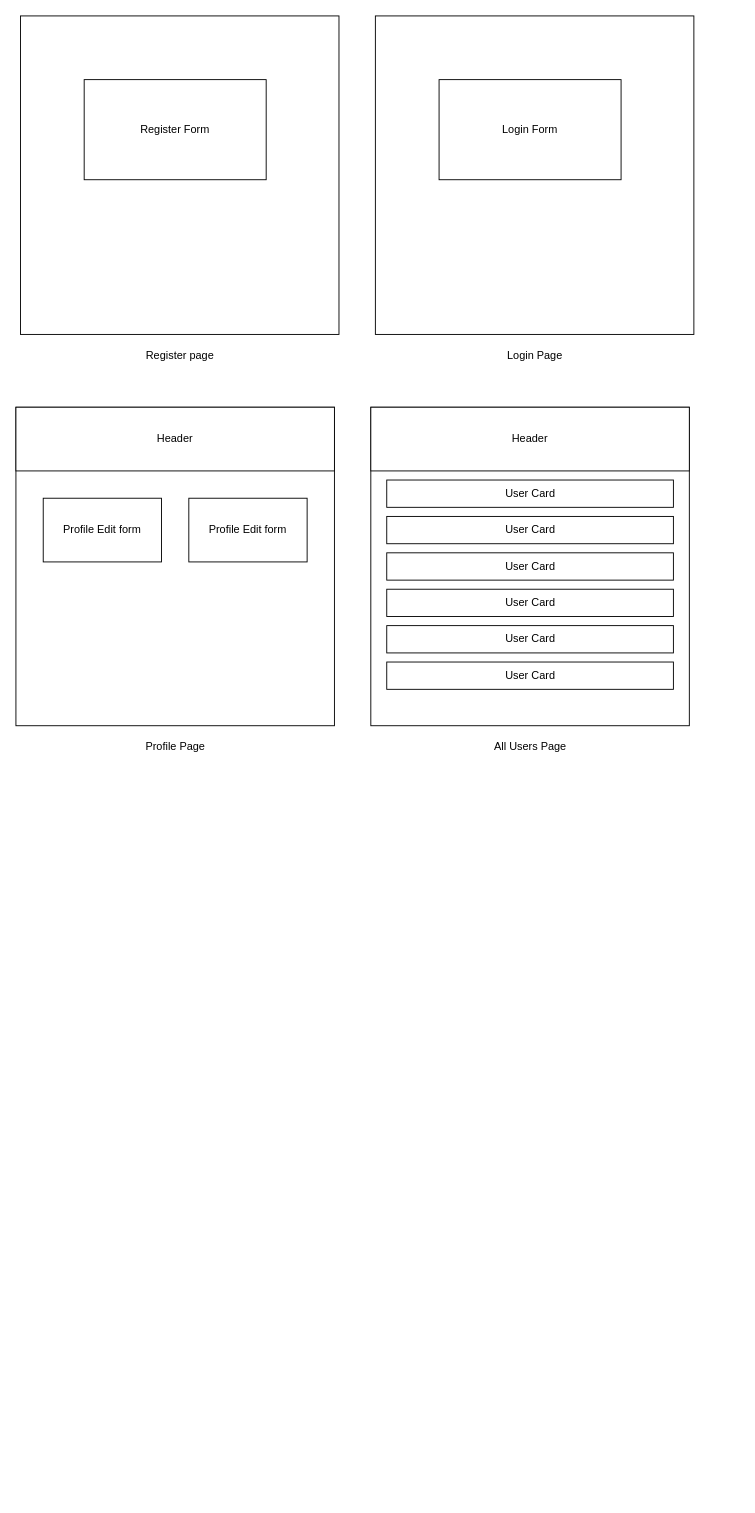
The draw.io diagram Untitled Diagram.drawio in HierComsDatBoi/Galutinis-Atsiskaitymas, before the edit. Source tidied: cells renumbered, new cells numbered last; positions are measured from the earlier drawing's top-left corner, leaving out a move shared by most shapes. Both pictures are drawn from the tidied source at 91%, with x=0, y=0 at pixel (15, 15).
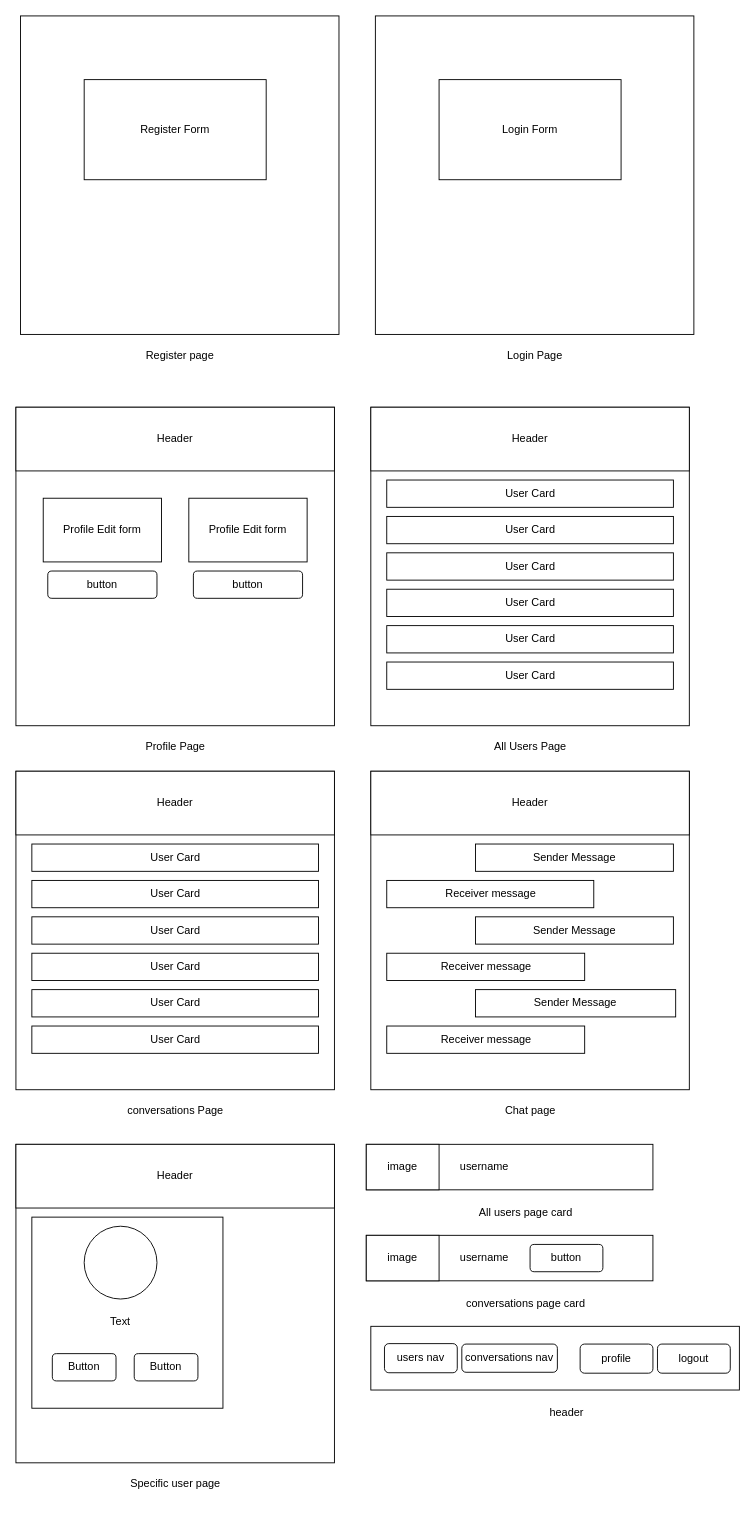
Above is the later version.

What changed in the source:
```diff
@@
+    <mxCell id="22" style="whiteSpace=wrap;html=1;" parent="1" vertex="1">
+      <mxGeometry y="830" width="350" height="350" as="geometry" />
+    </mxCell>
+    <mxCell id="23" value="User Card" style="rounded=0;whiteSpace=wrap;html=1;" parent="1" vertex="1">
+      <mxGeometry x="17.5" y="910" width="315" height="30" as="geometry" />
+    </mxCell>
+    <mxCell id="24" value="Header" style="rounded=0;whiteSpace=wrap;html=1;" parent="1" vertex="1">
+      <mxGeometry y="830" width="350" height="70" as="geometry" />
+    </mxCell>
+    <mxCell id="25" value="conversations Page" style="text;html=1;align=center;verticalAlign=middle;strokeColor=none;fillColor=none;" parent="1" vertex="1">
+      <mxGeometry x="110" y="1188" width="130" height="30" as="geometry" />
+    </mxCell>
+    <mxCell id="26" value="User Card" style="rounded=0;whiteSpace=wrap;html=1;" parent="1" vertex="1">
+      <mxGeometry x="17.5" y="950" width="315" height="30" as="geometry" />
+    </mxCell>
+    <mxCell id="27" value="User Card" style="rounded=0;whiteSpace=wrap;html=1;" parent="1" vertex="1">
+      <mxGeometry x="17.5" y="990" width="315" height="30" as="geometry" />
+    </mxCell>
+    <mxCell id="28" value="User Card" style="rounded=0;whiteSpace=wrap;html=1;" parent="1" vertex="1">
+      <mxGeometry x="17.5" y="1030" width="315" height="30" as="geometry" />
+    </mxCell>
+    <mxCell id="29" value="User Card" style="rounded=0;whiteSpace=wrap;html=1;" parent="1" vertex="1">
+      <mxGeometry x="17.5" y="1070" width="315" height="30" as="geometry" />
+    </mxCell>
+    <mxCell id="30" value="User Card" style="rounded=0;whiteSpace=wrap;html=1;" parent="1" vertex="1">
+      <mxGeometry x="17.5" y="1110" width="315" height="30" as="geometry" />
+    </mxCell>
+    <mxCell id="31" style="whiteSpace=wrap;html=1;" parent="1" vertex="1">
+      <mxGeometry x="390" y="830" width="350" height="350" as="geometry" />
+    </mxCell>
+    <mxCell id="32" value="Sender Message" style="rounded=0;whiteSpace=wrap;html=1;" parent="1" vertex="1">
+      <mxGeometry x="505" y="910" width="217.5" height="30" as="geometry" />
+    </mxCell>
+    <mxCell id="33" value="Header" style="rounded=0;whiteSpace=wrap;html=1;" parent="1" vertex="1">
+      <mxGeometry x="390" y="830" width="350" height="70" as="geometry" />
+    </mxCell>
+    <mxCell id="34" value="Chat page" style="text;html=1;align=center;verticalAlign=middle;strokeColor=none;fillColor=none;" parent="1" vertex="1">
+      <mxGeometry x="525" y="1188" width="80" height="30" as="geometry" />
+    </mxCell>
+    <mxCell id="35" value="Receiver message" style="rounded=0;whiteSpace=wrap;html=1;" parent="1" vertex="1">
+      <mxGeometry x="407.5" y="950" width="227.5" height="30" as="geometry" />
+    </mxCell>
+    <mxCell id="36" value="Sender Message" style="rounded=0;whiteSpace=wrap;html=1;" parent="1" vertex="1">
+      <mxGeometry x="505" y="990" width="217.5" height="30" as="geometry" />
+    </mxCell>
+    <mxCell id="37" value="Sender Message" style="rounded=0;whiteSpace=wrap;html=1;" parent="1" vertex="1">
+      <mxGeometry x="505" y="1070" width="220" height="30" as="geometry" />
+    </mxCell>
+    <mxCell id="38" value="Receiver message" style="rounded=0;whiteSpace=wrap;html=1;" parent="1" vertex="1">
+      <mxGeometry x="407.5" y="1030" width="217.5" height="30" as="geometry" />
+    </mxCell>
+    <mxCell id="39" value="Receiver message" style="rounded=0;whiteSpace=wrap;html=1;" parent="1" vertex="1">
+      <mxGeometry x="407.5" y="1110" width="217.5" height="30" as="geometry" />
+    </mxCell>
+    <mxCell id="40" style="whiteSpace=wrap;html=1;" parent="1" vertex="1">
+      <mxGeometry y="1240" width="350" height="350" as="geometry" />
+    </mxCell>
+    <mxCell id="41" style="rounded=0;whiteSpace=wrap;html=1;" parent="1" vertex="1">
+      <mxGeometry x="17.5" y="1320" width="210" height="210" as="geometry" />
+    </mxCell>
+    <mxCell id="42" value="Header" style="rounded=0;whiteSpace=wrap;html=1;" parent="1" vertex="1">
+      <mxGeometry y="1240" width="350" height="70" as="geometry" />
+    </mxCell>
+    <mxCell id="43" value="Specific user page" style="text;html=1;align=center;verticalAlign=middle;strokeColor=none;fillColor=none;" parent="1" vertex="1">
+      <mxGeometry x="115" y="1598" width="120" height="30" as="geometry" />
+    </mxCell>
+    <mxCell id="44" value="Button" style="rounded=1;whiteSpace=wrap;html=1;" parent="1" vertex="1">
+      <mxGeometry x="40" y="1470" width="70" height="30" as="geometry" />
+    </mxCell>
+    <mxCell id="45" value="Button" style="rounded=1;whiteSpace=wrap;html=1;" parent="1" vertex="1">
+      <mxGeometry x="130" y="1470" width="70" height="30" as="geometry" />
+    </mxCell>
+    <mxCell id="46" style="ellipse;whiteSpace=wrap;html=1;" parent="1" vertex="1">
+      <mxGeometry x="75" y="1330" width="80" height="80" as="geometry" />
+    </mxCell>
+    <mxCell id="47" value="Text" style="text;html=1;align=center;verticalAlign=middle;whiteSpace=wrap;rounded=0;" parent="1" vertex="1">
+      <mxGeometry x="85" y="1420" width="60" height="30" as="geometry" />
+    </mxCell>
+    <mxCell id="48" style="rounded=0;whiteSpace=wrap;html=1;" parent="1" vertex="1">
+      <mxGeometry x="385" y="1240" width="315" height="50" as="geometry" />
+    </mxCell>
+    <mxCell id="49" value="image" style="rounded=0;whiteSpace=wrap;html=1;" parent="1" vertex="1">
+      <mxGeometry x="385" y="1240" width="80" height="50" as="geometry" />
+    </mxCell>
+    <mxCell id="50" value="username" style="text;html=1;align=center;verticalAlign=middle;whiteSpace=wrap;rounded=0;" parent="1" vertex="1">
+      <mxGeometry x="485" y="1250" width="60" height="30" as="geometry" />
+    </mxCell>
+    <mxCell id="51" value="All users page card" style="text;html=1;align=center;verticalAlign=middle;strokeColor=none;fillColor=none;" parent="1" vertex="1">
+      <mxGeometry x="495" y="1300" width="130" height="30" as="geometry" />
+    </mxCell>
+    <mxCell id="52" style="rounded=0;whiteSpace=wrap;html=1;" parent="1" vertex="1">
+      <mxGeometry x="385" y="1340" width="315" height="50" as="geometry" />
+    </mxCell>
+    <mxCell id="53" value="image" style="rounded=0;whiteSpace=wrap;html=1;" parent="1" vertex="1">
+      <mxGeometry x="385" y="1340" width="80" height="50" as="geometry" />
+    </mxCell>
+    <mxCell id="54" value="username" style="text;html=1;align=center;verticalAlign=middle;whiteSpace=wrap;rounded=0;" parent="1" vertex="1">
+      <mxGeometry x="485" y="1350" width="60" height="30" as="geometry" />
+    </mxCell>
+    <mxCell id="55" value="conversations page card" style="text;html=1;align=center;verticalAlign=middle;strokeColor=none;fillColor=none;" parent="1" vertex="1">
+      <mxGeometry x="485" y="1400" width="150" height="30" as="geometry" />
+    </mxCell>
+    <mxCell id="56" value="button" style="rounded=1;whiteSpace=wrap;html=1;" parent="1" vertex="1">
+      <mxGeometry x="565" y="1350" width="80" height="30" as="geometry" />
+    </mxCell>
+    <mxCell id="57" value="button" style="rounded=1;whiteSpace=wrap;html=1;" parent="1" vertex="1">
+      <mxGeometry x="35" y="610" width="120" height="30" as="geometry" />
+    </mxCell>
+    <mxCell id="58" value="button" style="rounded=1;whiteSpace=wrap;html=1;" parent="1" vertex="1">
+      <mxGeometry x="195" y="610" width="120" height="30" as="geometry" />
+    </mxCell>
+    <mxCell id="59" style="rounded=0;whiteSpace=wrap;html=1;" parent="1" vertex="1">
+      <mxGeometry x="390" y="1440" width="405" height="70" as="geometry" />
+    </mxCell>
+    <mxCell id="60" value="header" style="text;html=1;align=center;verticalAlign=middle;strokeColor=none;fillColor=none;" parent="1" vertex="1">
+      <mxGeometry x="575" y="1520" width="60" height="30" as="geometry" />
+    </mxCell>
+    <mxCell id="61" value="users nav" style="rounded=1;whiteSpace=wrap;html=1;" parent="1" vertex="1">
+      <mxGeometry x="405" y="1459" width="80" height="32" as="geometry" />
+    </mxCell>
+    <mxCell id="62" value="conversations nav" style="rounded=1;whiteSpace=wrap;html=1;" parent="1" vertex="1">
+      <mxGeometry x="490" y="1459.5" width="105" height="31" as="geometry" />
+    </mxCell>
+    <mxCell id="63" value="profile" style="rounded=1;whiteSpace=wrap;html=1;" parent="1" vertex="1">
+      <mxGeometry x="620" y="1459.5" width="80" height="32" as="geometry" />
+    </mxCell>
+    <mxCell id="64" value="logout" style="rounded=1;whiteSpace=wrap;html=1;" parent="1" vertex="1">
+      <mxGeometry x="705" y="1459.5" width="80" height="32" as="geometry" />
+    </mxCell>
```
